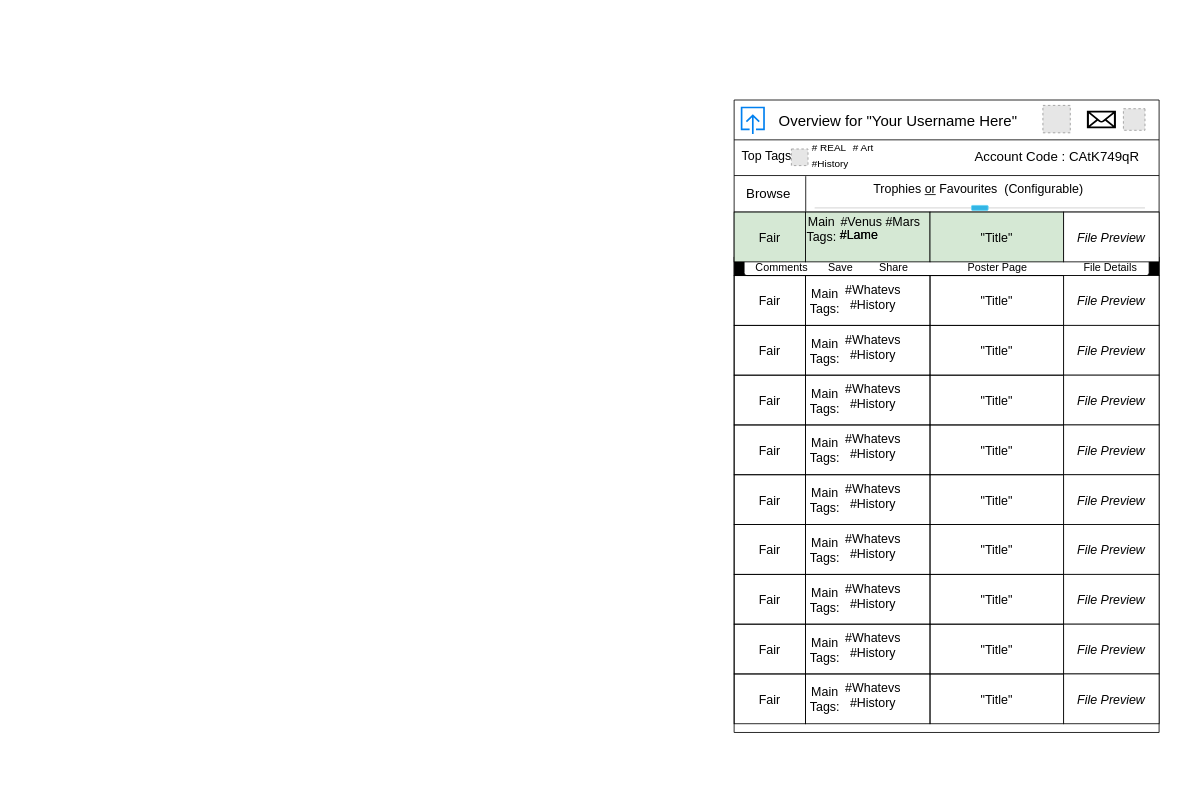
Above: page "User Account Overview" (2 of 4) of Bridge to Seshat - Wireframe.drawio in Renaguru/Draw.io (draw.io), before the change. Source tidied: cells renumbered, new cells numbered last; positions are measured from the earlier drawing's top-left corner, leaving out a move shared by most shapes. Both pictures are drawn from the tidied source at 83%, with x=0, y=0 at pixel (417, 95). Pictures stored in the file or linked from it are replaced by grey dashed boxes.
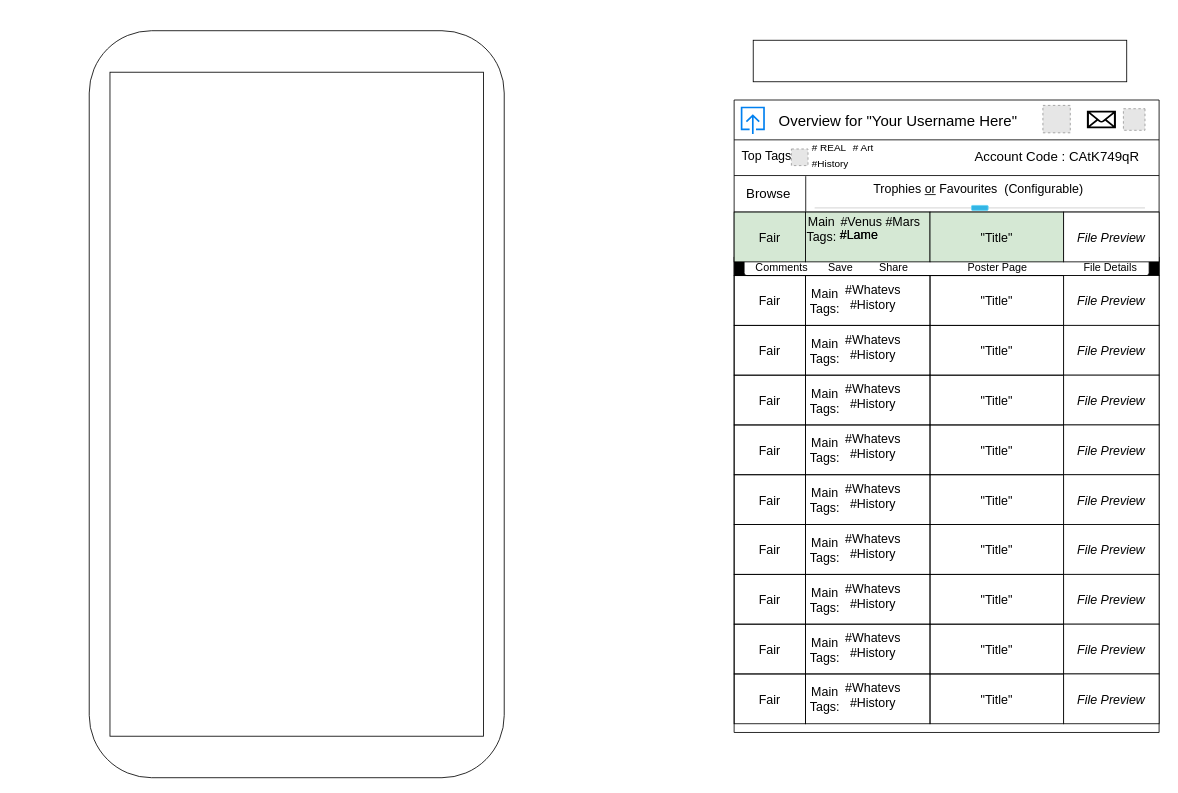
Above is the later version.

Change to the diagram source:
```diff
@@
+    <mxCell id="94" style="group;" parent="1" vertex="1">
+      <mxGeometry x="-486" y="-98.5" width="624" height="920" as="geometry" />
+    </mxCell>
+    <mxCell id="95" style="group;" parent="94" vertex="1">
+      <mxGeometry x="90" y="20" width="534" height="900" as="geometry" />
+    </mxCell>
+    <mxCell id="96" style="rounded=1;whiteSpace=wrap;html=1;" parent="95" vertex="1">
+      <mxGeometry width="500" height="900" as="geometry" />
+    </mxCell>
+    <mxCell id="97" style="rounded=0;whiteSpace=wrap;html=1;direction=south;" parent="95" vertex="1">
+      <mxGeometry x="25" y="50" width="450" height="800" as="geometry" />
+    </mxCell>
+    <mxCell id="98" style="rounded=0;whiteSpace=wrap;html=1;" parent="1" vertex="1">
+      <mxGeometry x="404" y="-67" width="450" height="50" as="geometry" />
+    </mxCell>
```
